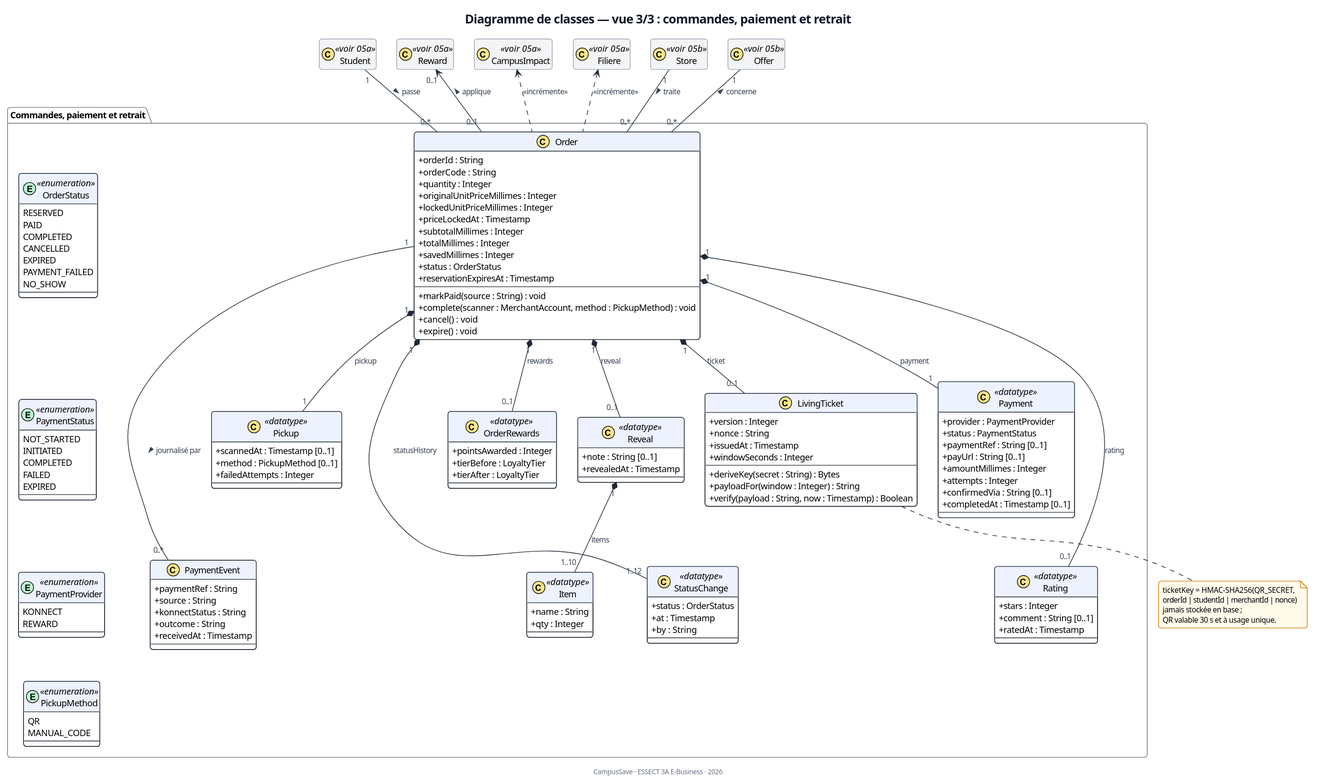
Above: docs-uml-mockups/uml/svg/05c-classes-commandes.svg in MobBlackStar/Groupe01Equipe06 (PlantUML), before the change. Its diagram source:
```plantuml
@startuml
!include _style.iuml
skinparam nodesep 30
skinparam ranksep 45
title Diagramme de classes — vue 3/3 : commandes, paiement et retrait
hide <<voir 05a>> members
hide <<voir 05b>> members
skinparam class {
  BackgroundColor<<voir 05a>> #F3F4F6
  BackgroundColor<<voir 05b>> #F3F4F6
  BorderColor<<voir 05a>> #9CA3AF
  BorderColor<<voir 05b>> #9CA3AF
}

package "Commandes, paiement et retrait" {
  class Order {
    + orderId : String
    + orderCode : String
    + quantity : Integer
    + originalUnitPriceMillimes : Integer
    + lockedUnitPriceMillimes : Integer
    + priceLockedAt : Timestamp
    + subtotalMillimes : Integer
    + totalMillimes : Integer
    + savedMillimes : Integer
    + status : OrderStatus
    + reservationExpiresAt : Timestamp
    + markPaid(source : String) : void
    + complete(scanner : MerchantAccount, method : PickupMethod) : void
    + cancel() : void
    + expire() : void
  }
  class Payment <<datatype>> {
    + provider : PaymentProvider
    + status : PaymentStatus
    + paymentRef : String [0..1]
    + payUrl : String [0..1]
    + amountMillimes : Integer
    + attempts : Integer
    + confirmedVia : String [0..1]
    + completedAt : Timestamp [0..1]
  }
  class LivingTicket {
    + version : Integer
    + nonce : String
    + issuedAt : Timestamp
    + windowSeconds : Integer
    + deriveKey(secret : String) : Bytes
    + payloadFor(window : Integer) : String
    + verify(payload : String, now : Timestamp) : Boolean
  }
  class Pickup <<datatype>> {
    + scannedAt : Timestamp [0..1]
    + method : PickupMethod [0..1]
    + failedAttempts : Integer
  }
  class Reveal <<datatype>> {
    + note : String [0..1]
    + revealedAt : Timestamp
  }
  class Item <<datatype>> {
    + name : String
    + qty : Integer
  }
  class OrderRewards <<datatype>> {
    + pointsAwarded : Integer
    + tierBefore : LoyaltyTier
    + tierAfter : LoyaltyTier
  }
  class Rating <<datatype>> {
    + stars : Integer
    + comment : String [0..1]
    + ratedAt : Timestamp
  }
  class StatusChange <<datatype>> {
    + status : OrderStatus
    + at : Timestamp
    + by : String
  }
  class PaymentEvent {
    + paymentRef : String
    + source : String
    + konnectStatus : String
    + outcome : String
    + receivedAt : Timestamp
  }
  enum OrderStatus <<enumeration>> {
    RESERVED
    PAID
    COMPLETED
    CANCELLED
    EXPIRED
    PAYMENT_FAILED
    NO_SHOW
  }
  enum PaymentStatus <<enumeration>> {
    NOT_STARTED
    INITIATED
    COMPLETED
    FAILED
    EXPIRED
  }
  enum PaymentProvider <<enumeration>> {
    KONNECT
    REWARD
  }
  enum PickupMethod <<enumeration>> {
    QR
    MANUAL_CODE
  }
}

class Student <<voir 05a>>
class Reward <<voir 05a>>
class CampusImpact <<voir 05a>>
class Filiere <<voir 05a>>
class Store <<voir 05b>>
class Offer <<voir 05b>>

Student "1" -- "0..*" Order : passe >
Offer "1" -- "0..*" Order : concerne <
Store "1" -- "0..*" Order : traite >
Reward "0..1" <-- "0..1" Order : applique <

Order "1" *-- "1" Payment : payment
Order "1" *-- "0..1" LivingTicket : ticket
Order "1" *-- "1" Pickup : pickup
Order "1" *-- "0..1" Reveal : reveal
Reveal "1" *-- "1..10" Item : items
Order "1" *-- "0..1" OrderRewards : rewards
Order "1" *-- "0..1" Rating : rating
Order "1" *-- "1..12" StatusChange : statusHistory
Order "1" -- "0..*" PaymentEvent : journalisé par >

CampusImpact <.. Order : <<incrémente>>
Filiere <.. Order : <<incrémente>>

note bottom of LivingTicket
  ticketKey = HMAC-SHA256(QR_SECRET,
  orderId | studentId | merchantId | nonce)
  jamais stockée en base ;
  QR valable 30 s et à usage unique.
end note
OrderStatus -[hidden]down- PaymentStatus
PaymentStatus -[hidden]down- PaymentProvider
PaymentProvider -[hidden]down- PickupMethod
Payment -[hidden]down- Rating
LivingTicket -[hidden]down- StatusChange
Pickup -[hidden]down- PaymentEvent
OrderRewards -[hidden]down- Item
@enduml
```
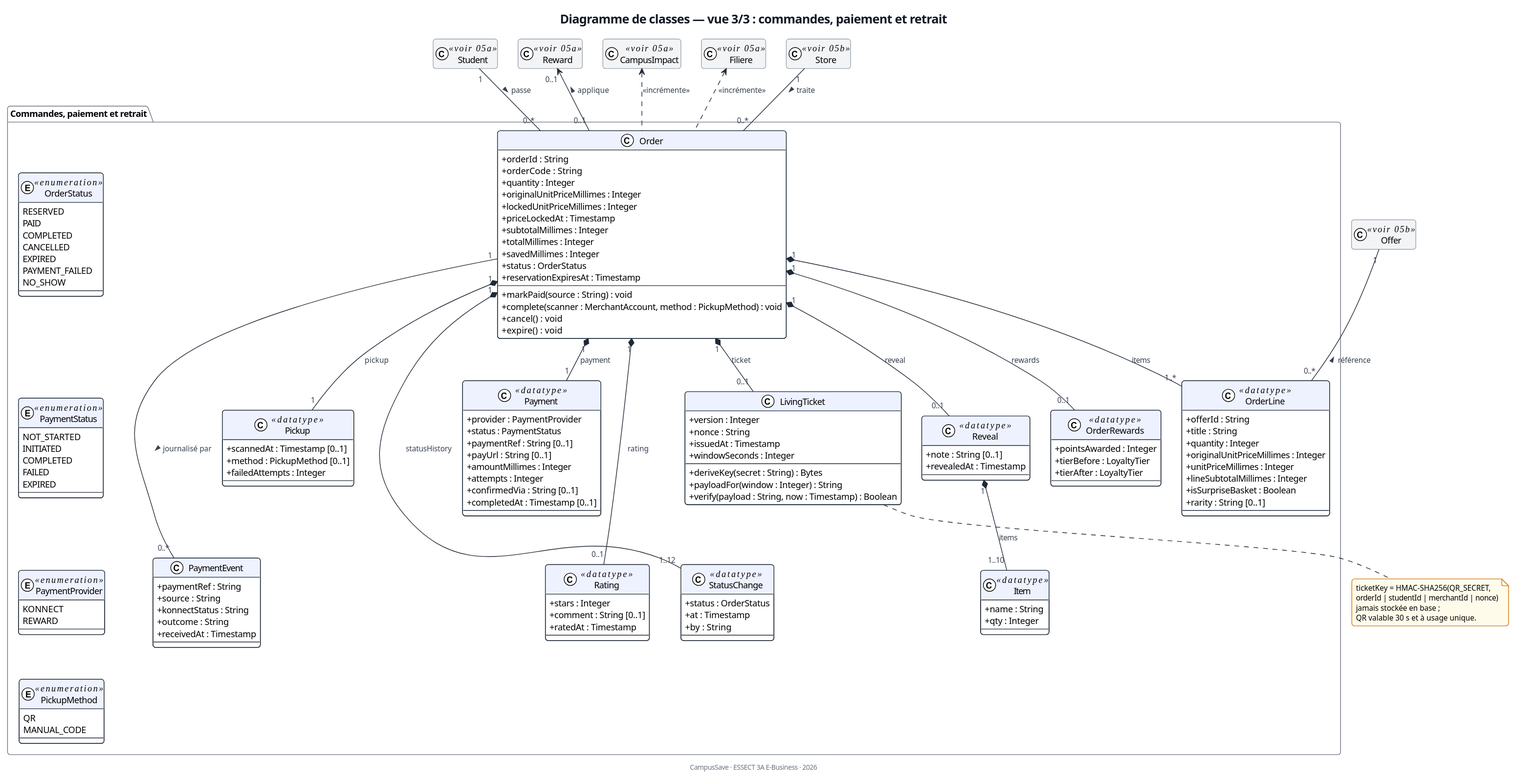
After the commit.

Diff of the diagram source:
```diff
@@ -29,6 +29,16 @@
     + complete(scanner : MerchantAccount, method : PickupMethod) : void
     + cancel() : void
     + expire() : void
+  }
+  class OrderLine <<datatype>> {
+    + offerId : String
+    + title : String
+    + quantity : Integer
+    + originalUnitPriceMillimes : Integer
+    + unitPriceMillimes : Integer
+    + lineSubtotalMillimes : Integer
+    + isSurpriseBasket : Boolean
+    + rarity : String [0..1]
   }
   class Payment <<datatype>> {
     + provider : PaymentProvider
@@ -118,10 +128,11 @@
 class Offer <<voir 05b>>
 
 Student "1" -- "0..*" Order : passe >
-Offer "1" -- "0..*" Order : concerne <
+Offer "1" -- "0..*" OrderLine : référence <
 Store "1" -- "0..*" Order : traite >
 Reward "0..1" <-- "0..1" Order : applique <
 
+Order "1" *-- "1..*" OrderLine : items
 Order "1" *-- "1" Payment : payment
 Order "1" *-- "0..1" LivingTicket : ticket
 Order "1" *-- "1" Pickup : pickup
```
